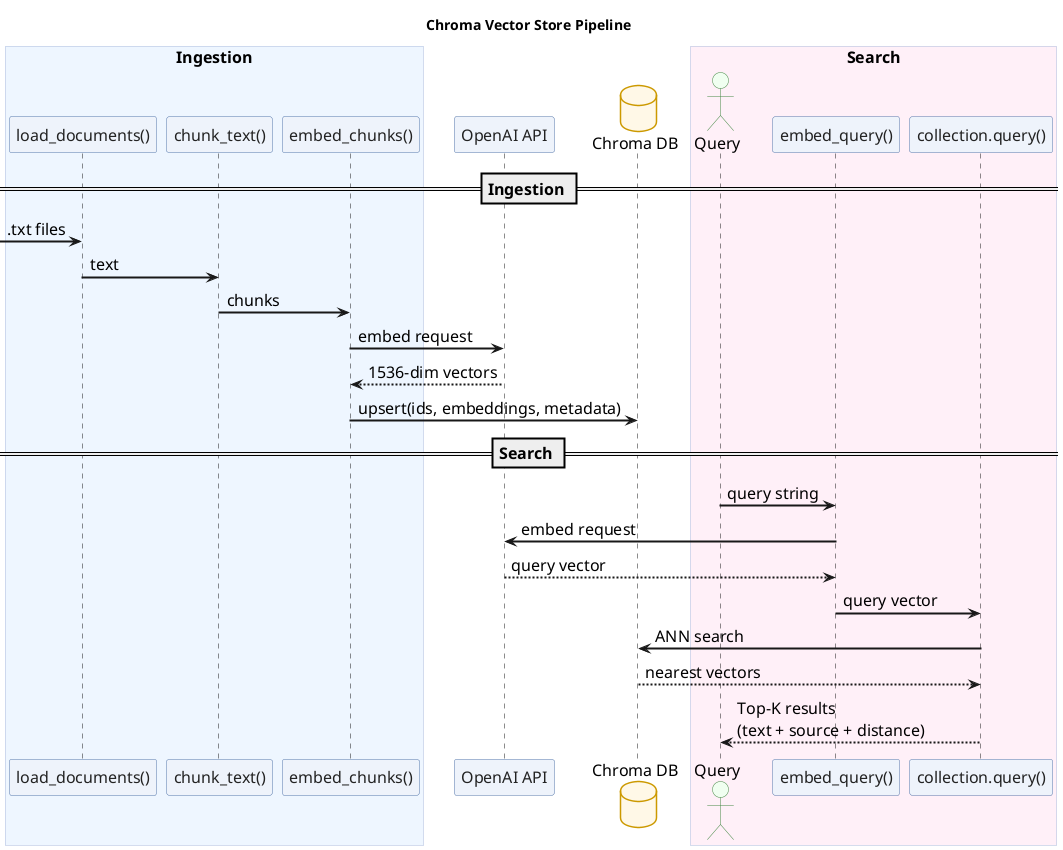
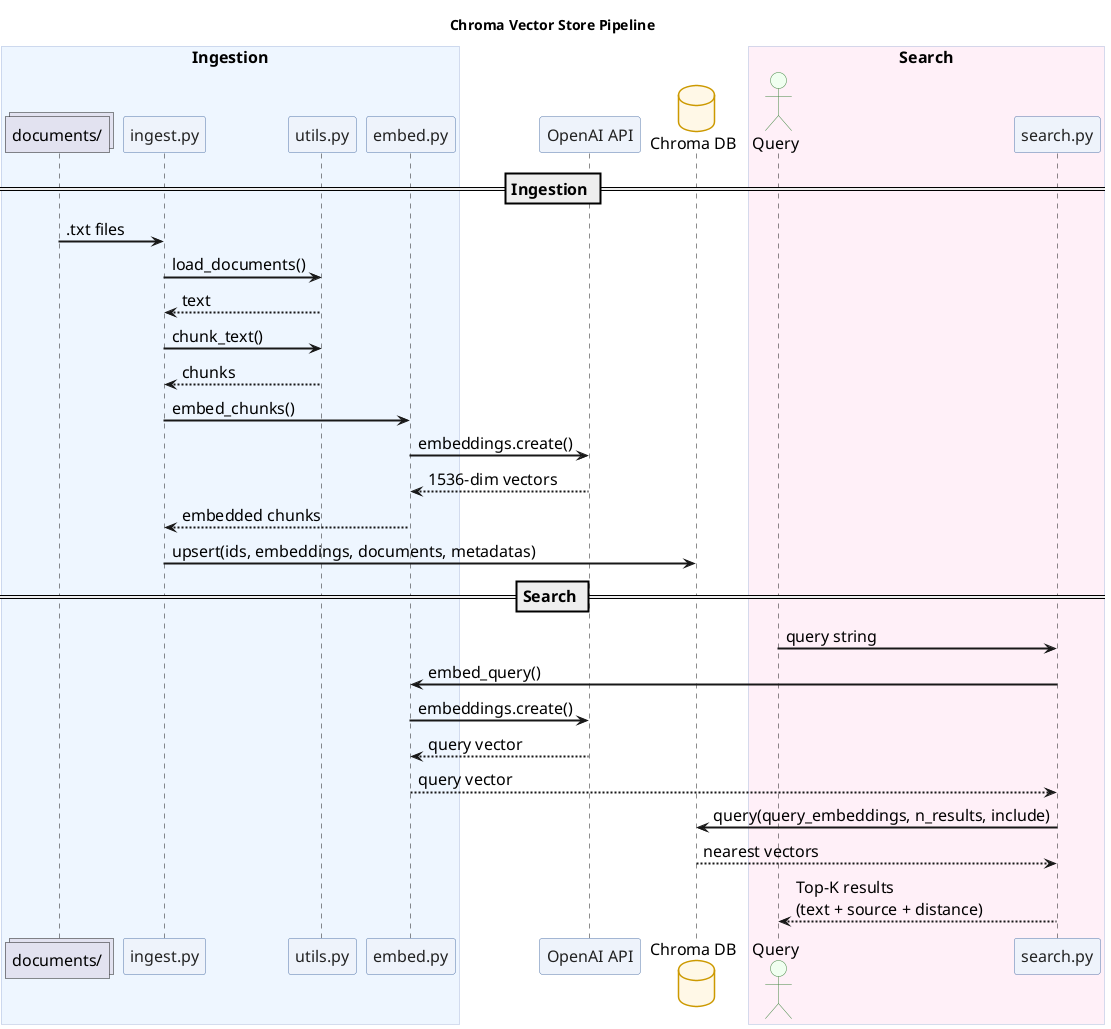
@startuml pipeline-vector-store

skinparam backgroundColor #FFFFFF
skinparam defaultFontName Arial
skinparam defaultFontSize 16
skinparam sequenceArrowThickness 2
skinparam SequenceBoxBackgroundColor #F8F9FF
skinparam SequenceBoxBorderColor #AABBDD
skinparam ParticipantBackgroundColor #EEF3FB
skinparam ParticipantBorderColor #5577AA
skinparam ParticipantFontColor #222222
skinparam DatabaseBackgroundColor #FFF8E7
skinparam DatabaseBorderColor #CC9900
skinparam ActorBackgroundColor #F0FFF0
skinparam ActorBorderColor #448844

title Chroma Vector Store Pipeline

box "Ingestion" #EEF6FF
-   participant "load_documents()" as load
-   participant "chunk_text()" as chunk
-   participant "embed_chunks()" as embed
+   collections "documents/" as docs
+   participant "ingest.py" as ingest
+   participant "utils.py" as utils
+   participant "embed.py" as embed
end box

participant "OpenAI API" as openai
database "Chroma DB" as chroma

box "Search" #FFF0F8
  actor "Query" as query
-   participant "embed_query()" as embedq
-   participant "collection.query()" as cquery
+   participant "search.py" as search
end box

== Ingestion ==

- [-> load : .txt files
- load -> chunk : text
- chunk -> embed : chunks
- embed -> openai : embed request
+ docs -> ingest : .txt files
+ ingest -> utils : load_documents()
+ utils --> ingest : text
+ ingest -> utils : chunk_text()
+ utils --> ingest : chunks
+ ingest -> embed : embed_chunks()
+ embed -> openai : embeddings.create()
openai --> embed : 1536-dim vectors
- embed -> chroma : upsert(ids, embeddings, metadata)
+ embed --> ingest : embedded chunks
+ ingest -> chroma : upsert(ids, embeddings, documents, metadatas)

== Search ==

- query -> embedq : query string
- embedq -> openai : embed request
- openai --> embedq : query vector
- embedq -> cquery : query vector
- cquery -> chroma : ANN search
- chroma --> cquery : nearest vectors
- cquery --> query : Top-K results\n(text + source + distance)
+ query -> search : query string
+ search -> embed : embed_query()
+ embed -> openai : embeddings.create()
+ openai --> embed : query vector
+ embed --> search : query vector
+ search -> chroma : query(query_embeddings, n_results, include)
+ chroma --> search : nearest vectors
+ search --> query : Top-K results\n(text + source + distance)

' end
@enduml
